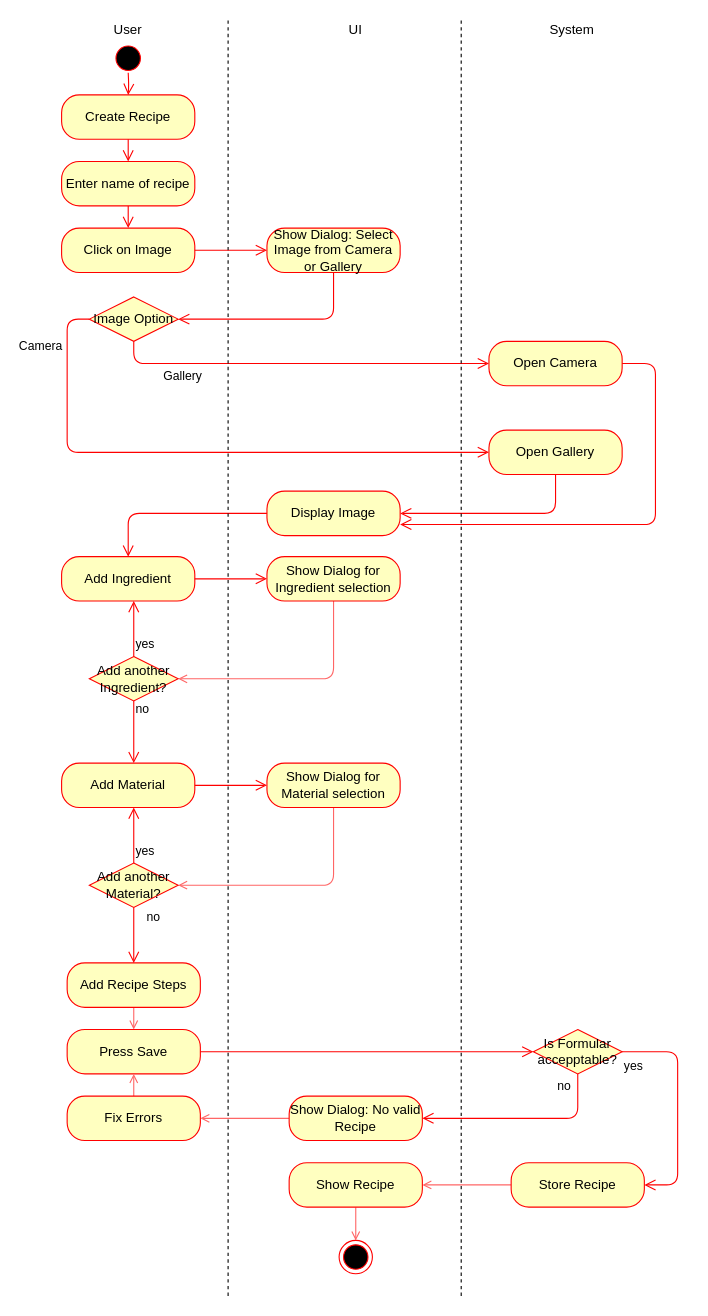
The draw.io diagram embedded-files/Untitled Diagram.drawio in JanPfenning/Mood4Food_Doc, before the edit. Source tidied: cells renumbered, new cells numbered last; positions are measured from the earlier drawing's top-left corner, leaving out a move shared by most shapes. Both pictures are drawn from the tidied source at 111%, with x=0, y=0 at pixel (61, 19).
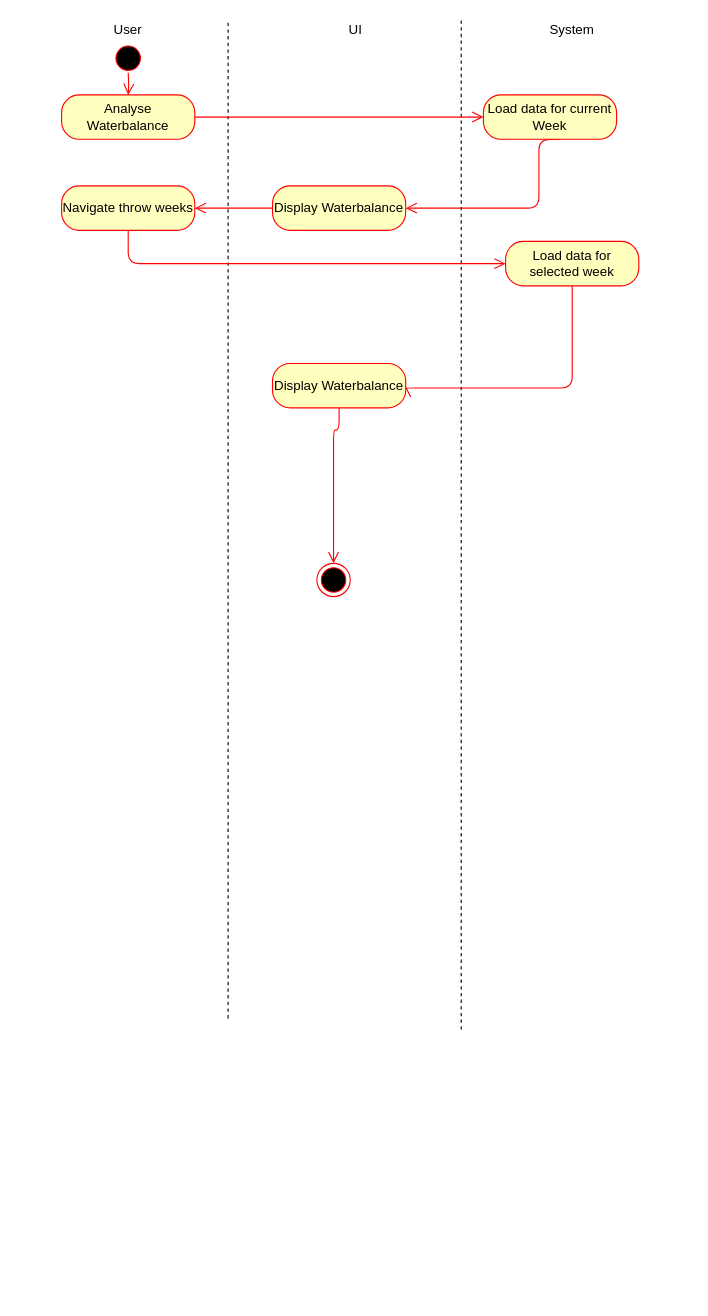
The same diagram, later.

The edit, as a diff of the source:
```diff
@@
-    <mxCell id="4" value="Create Recipe" style="rounded=1;whiteSpace=wrap;html=1;arcSize=40;fontColor=#000000;fillColor=#ffffc0;strokeColor=#ff0000;" parent="1" vertex="1">
+    <mxCell id="4" value="Analyse Waterbalance" style="rounded=1;whiteSpace=wrap;html=1;arcSize=40;fontColor=#000000;fillColor=#ffffc0;strokeColor=#ff0000;" parent="1" vertex="1">
       <mxGeometry y="68" width="120" height="40" as="geometry" />
     </mxCell>
-    <mxCell id="5" style="edgeStyle=orthogonalEdgeStyle;html=1;verticalAlign=bottom;endArrow=open;endSize=8;strokeColor=#ff0000;entryX=0.5;entryY=0;entryDx=0;entryDy=0;" parent="1" edge="1" source="4" target="6">
-      <mxGeometry relative="1" as="geometry" />
-    </mxCell>
-    <mxCell id="6" value="Enter name of recipe" style="rounded=1;whiteSpace=wrap;html=1;arcSize=40;fontColor=#000000;fillColor=#ffffc0;strokeColor=#ff0000;" parent="1" vertex="1">
-      <mxGeometry y="128" width="120" height="40" as="geometry" />
-    </mxCell>
-    <mxCell id="7" style="edgeStyle=orthogonalEdgeStyle;html=1;verticalAlign=bottom;endArrow=open;endSize=8;strokeColor=#ff0000;" parent="1" edge="1" source="6">
-      <mxGeometry relative="1" as="geometry">
-        <mxPoint x="60" y="188" as="targetPoint" />
-      </mxGeometry>
-    </mxCell>
-    <mxCell id="8" value="Click on Image" style="rounded=1;whiteSpace=wrap;html=1;arcSize=40;fontColor=#000000;fillColor=#ffffc0;strokeColor=#ff0000;" parent="1" vertex="1">
-      <mxGeometry y="188" width="120" height="40" as="geometry" />
-    </mxCell>
-    <mxCell id="9" style="edgeStyle=orthogonalEdgeStyle;html=1;verticalAlign=bottom;endArrow=open;endSize=8;strokeColor=#ff0000;" parent="1" edge="1" source="8">
-      <mxGeometry relative="1" as="geometry">
-        <mxPoint x="185" y="208" as="targetPoint" />
-      </mxGeometry>
-    </mxCell>
-    <mxCell id="10" value="Show Dialog: Select Image from Camera or Gallery" style="rounded=1;whiteSpace=wrap;html=1;arcSize=40;fontColor=#000000;fillColor=#ffffc0;strokeColor=#ff0000;" parent="1" vertex="1">
-      <mxGeometry x="185" y="188" width="120" height="40" as="geometry" />
+    <mxCell id="10" value="Display Waterbalance" style="rounded=1;whiteSpace=wrap;html=1;arcSize=40;fontColor=#000000;fillColor=#ffffc0;strokeColor=#ff0000;" parent="1" vertex="1">
+      <mxGeometry x="190" y="150" width="120" height="40" as="geometry" />
     </mxCell>
-    <mxCell id="11" style="edgeStyle=orthogonalEdgeStyle;html=1;verticalAlign=bottom;endArrow=open;endSize=8;strokeColor=#ff0000;entryX=1;entryY=0.5;entryDx=0;entryDy=0;" parent="1" edge="1" source="10" target="12">
-      <mxGeometry relative="1" as="geometry">
-        <Array as="points">
-          <mxPoint x="245" y="270" />
-        </Array>
-      </mxGeometry>
-    </mxCell>
-    <mxCell id="12" value="Image Option" style="rhombus;whiteSpace=wrap;html=1;fillColor=#ffffc0;strokeColor=#ff0000;" parent="1" vertex="1">
-      <mxGeometry x="25" y="250" width="80" height="40" as="geometry" />
-    </mxCell>
-    <mxCell id="13" value="Gallery" style="edgeStyle=orthogonalEdgeStyle;html=1;align=left;verticalAlign=bottom;endArrow=open;endSize=8;strokeColor=#ff0000;entryX=0;entryY=0.5;entryDx=0;entryDy=0;" parent="1" edge="1" source="12" target="15">
-      <mxGeometry x="-0.88" y="32" relative="1" as="geometry">
+    <mxCell id="13" value="&lt;br&gt;" style="edgeStyle=orthogonalEdgeStyle;html=1;align=left;verticalAlign=bottom;endArrow=open;endSize=8;strokeColor=#ff0000;entryX=1;entryY=0.5;entryDx=0;entryDy=0;exitX=0.569;exitY=1.004;exitDx=0;exitDy=0;exitPerimeter=0;" parent="1" edge="1" source="59" target="10">
+      <mxGeometry x="-0.2" y="72" relative="1" as="geometry">
         <Array as="points">
-          <mxPoint x="65" y="310" />
+          <mxPoint x="430" y="108" />
+          <mxPoint x="430" y="170" />
         </Array>
-        <mxPoint x="25" y="52" as="offset" />
+        <mxPoint x="40" y="-12" as="offset" />
       </mxGeometry>
     </mxCell>
-    <mxCell id="14" value="Camera" style="edgeStyle=orthogonalEdgeStyle;html=1;align=left;verticalAlign=top;endArrow=open;endSize=8;strokeColor=#ff0000;" parent="1" edge="1" source="12">
-      <mxGeometry x="-0.92" y="46" relative="1" as="geometry">
-        <mxPoint x="385" y="390" as="targetPoint" />
-        <Array as="points">
-          <mxPoint x="5" y="270" />
-          <mxPoint x="5" y="390" />
-        </Array>
-        <mxPoint x="-91" y="10" as="offset" />
-      </mxGeometry>
-    </mxCell>
-    <mxCell id="15" value="Open Camera" style="rounded=1;whiteSpace=wrap;html=1;arcSize=40;fontColor=#000000;fillColor=#ffffc0;strokeColor=#ff0000;" parent="1" vertex="1">
-      <mxGeometry x="385" y="290" width="120" height="40" as="geometry" />
+    <mxCell id="15" value="Load data for selected week" style="rounded=1;whiteSpace=wrap;html=1;arcSize=40;fontColor=#000000;fillColor=#ffffc0;strokeColor=#ff0000;" parent="1" vertex="1">
+      <mxGeometry x="400" y="200" width="120" height="40" as="geometry" />
     </mxCell>
-    <mxCell id="16" style="edgeStyle=orthogonalEdgeStyle;html=1;verticalAlign=bottom;endArrow=open;endSize=8;strokeColor=#ff0000;entryX=1;entryY=0.75;entryDx=0;entryDy=0;" parent="1" edge="1" source="15" target="19">
-      <mxGeometry relative="1" as="geometry">
-        <Array as="points">
-          <mxPoint x="535" y="310" />
-          <mxPoint x="535" y="455" />
-        </Array>
-      </mxGeometry>
-    </mxCell>
-    <mxCell id="17" value="Open Gallery" style="rounded=1;whiteSpace=wrap;html=1;arcSize=40;fontColor=#000000;fillColor=#ffffc0;strokeColor=#ff0000;" parent="1" vertex="1">
-      <mxGeometry x="385" y="370" width="120" height="40" as="geometry" />
-    </mxCell>
-    <mxCell id="18" style="edgeStyle=orthogonalEdgeStyle;html=1;verticalAlign=bottom;endArrow=open;endSize=8;strokeColor=#ff0000;entryX=1;entryY=0.5;entryDx=0;entryDy=0;" parent="1" edge="1" source="17" target="19">
-      <mxGeometry relative="1" as="geometry">
-        <Array as="points">
-          <mxPoint x="445" y="445" />
-        </Array>
-      </mxGeometry>
-    </mxCell>
-    <mxCell id="19" value="Display Image" style="rounded=1;whiteSpace=wrap;html=1;arcSize=40;fontColor=#000000;fillColor=#ffffc0;strokeColor=#ff0000;" parent="1" vertex="1">
-      <mxGeometry x="185" y="425" width="120" height="40" as="geometry" />
-    </mxCell>
-    <mxCell id="20" style="edgeStyle=orthogonalEdgeStyle;html=1;verticalAlign=bottom;endArrow=open;endSize=8;strokeColor=#ff0000;entryX=0.5;entryY=0;entryDx=0;entryDy=0;" parent="1" edge="1" source="19" target="21">
-      <mxGeometry relative="1" as="geometry">
-        <Array as="points">
-          <mxPoint x="60" y="445" />
-        </Array>
-      </mxGeometry>
-    </mxCell>
-    <mxCell id="21" value="Add Ingredient" style="rounded=1;whiteSpace=wrap;html=1;arcSize=40;fontColor=#000000;fillColor=#ffffc0;strokeColor=#ff0000;" parent="1" vertex="1">
-      <mxGeometry y="484" width="120" height="40" as="geometry" />
-    </mxCell>
-    <mxCell id="22" style="edgeStyle=orthogonalEdgeStyle;html=1;verticalAlign=bottom;endArrow=open;endSize=8;strokeColor=#ff0000;" parent="1" edge="1" source="21">
-      <mxGeometry relative="1" as="geometry">
-        <mxPoint x="185" y="504" as="targetPoint" />
-      </mxGeometry>
-    </mxCell>
-    <mxCell id="23" style="edgeStyle=orthogonalEdgeStyle;rounded=1;jettySize=auto;html=1;exitX=0.5;exitY=1;exitDx=0;exitDy=0;entryX=1;entryY=0.5;entryDx=0;entryDy=0;strokeColor=#FF6666;endArrow=open;endFill=0;" parent="1" edge="1" source="24" target="25">
-      <mxGeometry relative="1" as="geometry" />
-    </mxCell>
-    <mxCell id="24" value="Show Dialog for Ingredient selection" style="rounded=1;whiteSpace=wrap;html=1;arcSize=40;fontColor=#000000;fillColor=#ffffc0;strokeColor=#ff0000;" parent="1" vertex="1">
-      <mxGeometry x="185" y="484" width="120" height="40" as="geometry" />
-    </mxCell>
-    <mxCell id="25" value="Add another Ingredient?" style="rhombus;whiteSpace=wrap;html=1;fillColor=#ffffc0;strokeColor=#ff0000;" parent="1" vertex="1">
-      <mxGeometry x="25" y="574" width="80" height="40" as="geometry" />
-    </mxCell>
-    <mxCell id="26" value="no" style="edgeStyle=orthogonalEdgeStyle;html=1;align=left;verticalAlign=bottom;endArrow=open;endSize=8;strokeColor=#ff0000;" parent="1" edge="1" source="25">
-      <mxGeometry x="-0.43" relative="1" as="geometry">
-        <mxPoint x="65" y="670" as="targetPoint" />
-      </mxGeometry>
-    </mxCell>
-    <mxCell id="27" value="yes" style="edgeStyle=orthogonalEdgeStyle;html=1;align=left;verticalAlign=top;endArrow=open;endSize=8;strokeColor=#ff0000;" parent="1" edge="1" source="25">
-      <mxGeometry x="-0.04" relative="1" as="geometry">
-        <mxPoint x="65" y="524" as="targetPoint" />
-      </mxGeometry>
-    </mxCell>
-    <mxCell id="28" value="Add Material" style="rounded=1;whiteSpace=wrap;html=1;arcSize=40;fontColor=#000000;fillColor=#ffffc0;strokeColor=#ff0000;" parent="1" vertex="1">
-      <mxGeometry y="670" width="120" height="40" as="geometry" />
-    </mxCell>
-    <mxCell id="29" style="edgeStyle=orthogonalEdgeStyle;html=1;verticalAlign=bottom;endArrow=open;endSize=8;strokeColor=#ff0000;" parent="1" edge="1" source="28">
-      <mxGeometry relative="1" as="geometry">
-        <mxPoint x="185" y="690" as="targetPoint" />
-      </mxGeometry>
-    </mxCell>
-    <mxCell id="30" style="edgeStyle=orthogonalEdgeStyle;rounded=1;jettySize=auto;html=1;exitX=0.5;exitY=1;exitDx=0;exitDy=0;entryX=1;entryY=0.5;entryDx=0;entryDy=0;strokeColor=#FF6666;endArrow=open;endFill=0;" parent="1" edge="1" source="31" target="32">
-      <mxGeometry relative="1" as="geometry" />
-    </mxCell>
-    <mxCell id="31" value="Show Dialog for Material selection" style="rounded=1;whiteSpace=wrap;html=1;arcSize=40;fontColor=#000000;fillColor=#ffffc0;strokeColor=#ff0000;" parent="1" vertex="1">
-      <mxGeometry x="185" y="670" width="120" height="40" as="geometry" />
-    </mxCell>
-    <mxCell id="32" value="Add another Material?" style="rhombus;whiteSpace=wrap;html=1;fillColor=#ffffc0;strokeColor=#ff0000;" parent="1" vertex="1">
-      <mxGeometry x="25" y="760" width="80" height="40" as="geometry" />
-    </mxCell>
-    <mxCell id="33" value="no" style="edgeStyle=orthogonalEdgeStyle;html=1;align=left;verticalAlign=bottom;endArrow=open;endSize=8;strokeColor=#ff0000;entryX=0.5;entryY=0;entryDx=0;entryDy=0;" parent="1" edge="1" source="32" target="36">
-      <mxGeometry x="-0.29" y="10" relative="1" as="geometry" />
-    </mxCell>
-    <mxCell id="34" value="yes" style="edgeStyle=orthogonalEdgeStyle;html=1;align=left;verticalAlign=top;endArrow=open;endSize=8;strokeColor=#ff0000;" parent="1" edge="1" source="32">
-      <mxGeometry x="-0.04" relative="1" as="geometry">
-        <mxPoint x="65" y="710" as="targetPoint" />
-      </mxGeometry>
-    </mxCell>
-    <mxCell id="35" style="edgeStyle=orthogonalEdgeStyle;rounded=1;jettySize=auto;html=1;exitX=0.5;exitY=1;exitDx=0;exitDy=0;entryX=0.5;entryY=0;entryDx=0;entryDy=0;endArrow=open;endFill=0;strokeColor=#FF6666;" parent="1" edge="1" source="36" target="37">
-      <mxGeometry relative="1" as="geometry" />
-    </mxCell>
-    <mxCell id="36" value="Add Recipe Steps" style="rounded=1;whiteSpace=wrap;html=1;arcSize=40;fontColor=#000000;fillColor=#ffffc0;strokeColor=#ff0000;" parent="1" vertex="1">
-      <mxGeometry x="5" y="850" width="120" height="40" as="geometry" />
-    </mxCell>
-    <mxCell id="37" value="Press Save" style="rounded=1;whiteSpace=wrap;html=1;arcSize=40;fontColor=#000000;fillColor=#ffffc0;strokeColor=#ff0000;" parent="1" vertex="1">
-      <mxGeometry x="5" y="910" width="120" height="40" as="geometry" />
-    </mxCell>
-    <mxCell id="38" style="edgeStyle=orthogonalEdgeStyle;html=1;verticalAlign=bottom;endArrow=open;endSize=8;strokeColor=#ff0000;" parent="1" edge="1" source="37">
-      <mxGeometry relative="1" as="geometry">
-        <mxPoint x="425" y="930" as="targetPoint" />
-      </mxGeometry>
-    </mxCell>
-    <mxCell id="39" value="Is Formular accepptable?" style="rhombus;whiteSpace=wrap;html=1;fillColor=#ffffc0;strokeColor=#ff0000;" parent="1" vertex="1">
-      <mxGeometry x="425" y="910" width="80" height="40" as="geometry" />
-    </mxCell>
-    <mxCell id="40" value="no" style="edgeStyle=orthogonalEdgeStyle;html=1;align=left;verticalAlign=bottom;endArrow=open;endSize=8;strokeColor=#ff0000;entryX=1;entryY=0.5;entryDx=0;entryDy=0;" parent="1" edge="1" source="39" target="48">
-      <mxGeometry x="-0.33" y="-20" relative="1" as="geometry">
-        <Array as="points">
-          <mxPoint x="465" y="990" />
-        </Array>
-      </mxGeometry>
-    </mxCell>
-    <mxCell id="41" value="yes" style="edgeStyle=orthogonalEdgeStyle;html=1;align=left;verticalAlign=top;endArrow=open;endSize=8;strokeColor=#ff0000;entryX=1;entryY=0.5;entryDx=0;entryDy=0;" parent="1" edge="1" source="39" target="43">
-      <mxGeometry x="-1" relative="1" as="geometry">
-        <Array as="points">
-          <mxPoint x="555" y="930" />
-          <mxPoint x="555" y="1050" />
-        </Array>
-      </mxGeometry>
-    </mxCell>
-    <mxCell id="42" style="edgeStyle=orthogonalEdgeStyle;rounded=1;jettySize=auto;html=1;exitX=0;exitY=0.5;exitDx=0;exitDy=0;entryX=1;entryY=0.5;entryDx=0;entryDy=0;endArrow=open;endFill=0;strokeColor=#FF6666;" parent="1" edge="1" source="43" target="45">
-      <mxGeometry relative="1" as="geometry" />
-    </mxCell>
-    <mxCell id="43" value="Store Recipe" style="rounded=1;whiteSpace=wrap;html=1;arcSize=40;fontColor=#000000;fillColor=#ffffc0;strokeColor=#ff0000;" parent="1" vertex="1">
-      <mxGeometry x="405" y="1030" width="120" height="40" as="geometry" />
-    </mxCell>
-    <mxCell id="44" style="edgeStyle=orthogonalEdgeStyle;rounded=1;jettySize=auto;html=1;exitX=0.5;exitY=1;exitDx=0;exitDy=0;entryX=0.5;entryY=0;entryDx=0;entryDy=0;endArrow=open;endFill=0;strokeColor=#FF6666;" parent="1" edge="1" source="45" target="51">
-      <mxGeometry relative="1" as="geometry" />
-    </mxCell>
-    <mxCell id="45" value="Show Recipe" style="rounded=1;whiteSpace=wrap;html=1;arcSize=40;fontColor=#000000;fillColor=#ffffc0;strokeColor=#ff0000;" parent="1" vertex="1">
-      <mxGeometry x="205" y="1030" width="120" height="40" as="geometry" />
-    </mxCell>
@@
-    <mxCell id="47" style="edgeStyle=orthogonalEdgeStyle;rounded=1;jettySize=auto;html=1;endArrow=open;endFill=0;strokeColor=#FF6666;" parent="1" edge="1" source="48" target="50">
-      <mxGeometry relative="1" as="geometry" />
-    </mxCell>
-    <mxCell id="48" value="Show Dialog: No valid Recipe" style="rounded=1;whiteSpace=wrap;html=1;arcSize=40;fontColor=#000000;fillColor=#ffffc0;strokeColor=#ff0000;" parent="1" vertex="1">
-      <mxGeometry x="205" y="970" width="120" height="40" as="geometry" />
-    </mxCell>
-    <mxCell id="49" style="edgeStyle=orthogonalEdgeStyle;rounded=1;jettySize=auto;html=1;exitX=0.5;exitY=0;exitDx=0;exitDy=0;entryX=0.5;entryY=1;entryDx=0;entryDy=0;endArrow=open;endFill=0;strokeColor=#FF6666;" parent="1" edge="1" source="50" target="37">
-      <mxGeometry relative="1" as="geometry" />
-    </mxCell>
-    <mxCell id="50" value="Fix Errors" style="rounded=1;whiteSpace=wrap;html=1;arcSize=40;fontColor=#000000;fillColor=#ffffc0;strokeColor=#ff0000;" parent="1" vertex="1">
-      <mxGeometry x="5" y="970" width="120" height="40" as="geometry" />
-    </mxCell>
-    <mxCell id="51" style="ellipse;html=1;shape=endState;fillColor=#000000;strokeColor=#ff0000;" parent="1" vertex="1">
-      <mxGeometry x="250" y="1100" width="30" height="30" as="geometry" />
-    </mxCell>
     <mxCell id="52" style="endArrow=none;dashed=1;html=1;" parent="1" edge="1">
       <mxGeometry relative="1" as="geometry">
-        <mxPoint x="150" y="1150" as="sourcePoint" />
+        <mxPoint x="150" y="900" as="sourcePoint" />
         <mxPoint x="150" as="targetPoint" />
       </mxGeometry>
     </mxCell>
     <mxCell id="53" style="endArrow=none;dashed=1;html=1;" parent="1" edge="1">
       <mxGeometry relative="1" as="geometry">
-        <mxPoint x="360" y="1150" as="sourcePoint" />
+        <mxPoint x="360" y="910" as="sourcePoint" />
         <mxPoint x="360" as="targetPoint" />
       </mxGeometry>
     </mxCell>
@@
+    <mxCell id="57" style="edgeStyle=orthogonalEdgeStyle;html=1;verticalAlign=bottom;endArrow=open;endSize=8;strokeColor=#ff0000;exitX=1;exitY=0.5;exitDx=0;exitDy=0;entryX=0;entryY=0.5;entryDx=0;entryDy=0;" parent="1" edge="1" source="4" target="59">
+      <mxGeometry relative="1" as="geometry" />
+    </mxCell>
+    <mxCell id="58" style="edgeStyle=orthogonalEdgeStyle;html=1;align=left;verticalAlign=bottom;endArrow=open;endSize=8;strokeColor=#ff0000;exitX=0;exitY=0.5;exitDx=0;exitDy=0;entryX=1;entryY=0.5;entryDx=0;entryDy=0;" parent="1" edge="1" source="10" target="60">
+      <mxGeometry x="-0.88" y="32" relative="1" as="geometry">
+        <mxPoint x="25" y="52" as="offset" />
+      </mxGeometry>
+    </mxCell>
+    <mxCell id="59" value="Load data for current Week" style="rounded=1;whiteSpace=wrap;html=1;arcSize=40;fontColor=#000000;fillColor=#ffffc0;strokeColor=#ff0000;" parent="1" vertex="1">
+      <mxGeometry x="380" y="68" width="120" height="40" as="geometry" />
+    </mxCell>
+    <mxCell id="60" value="Navigate throw weeks" style="rounded=1;whiteSpace=wrap;html=1;arcSize=40;fontColor=#000000;fillColor=#ffffc0;strokeColor=#ff0000;" parent="1" vertex="1">
+      <mxGeometry y="150" width="120" height="40" as="geometry" />
+    </mxCell>
+    <mxCell id="61" style="edgeStyle=orthogonalEdgeStyle;html=1;verticalAlign=bottom;endArrow=open;endSize=8;strokeColor=#ff0000;exitX=0.5;exitY=1;exitDx=0;exitDy=0;" parent="1" edge="1" source="60">
+      <mxGeometry relative="1" as="geometry">
+        <mxPoint x="400" y="220" as="targetPoint" />
+        <Array as="points">
+          <mxPoint x="60" y="220" />
+          <mxPoint x="400" y="220" />
+        </Array>
+      </mxGeometry>
+    </mxCell>
+    <mxCell id="62" value="&lt;br&gt;" style="edgeStyle=orthogonalEdgeStyle;html=1;align=left;verticalAlign=bottom;endArrow=open;endSize=8;strokeColor=#ff0000;entryX=1;entryY=0.5;entryDx=0;entryDy=0;exitX=0.5;exitY=1;exitDx=0;exitDy=0;" parent="1" edge="1" source="15" target="63">
+      <mxGeometry x="-0.2" y="72" relative="1" as="geometry">
+        <Array as="points">
+          <mxPoint x="460" y="332" />
+          <mxPoint x="310" y="332" />
+        </Array>
+        <mxPoint x="40" y="-12" as="offset" />
+      </mxGeometry>
+    </mxCell>
+    <mxCell id="63" value="Display Waterbalance" style="rounded=1;whiteSpace=wrap;html=1;arcSize=40;fontColor=#000000;fillColor=#ffffc0;strokeColor=#ff0000;" parent="1" vertex="1">
+      <mxGeometry x="190" y="310" width="120" height="40" as="geometry" />
+    </mxCell>
+    <mxCell id="51" style="ellipse;html=1;shape=endState;fillColor=#000000;strokeColor=#ff0000;" parent="1" vertex="1">
+      <mxGeometry x="230" y="490" width="30" height="30" as="geometry" />
+    </mxCell>
+    <mxCell id="64" value="&lt;br&gt;" style="edgeStyle=orthogonalEdgeStyle;html=1;align=left;verticalAlign=bottom;endArrow=open;endSize=8;strokeColor=#ff0000;entryX=0.5;entryY=0;entryDx=0;entryDy=0;exitX=0.5;exitY=1;exitDx=0;exitDy=0;" parent="1" edge="1" source="63" target="51">
+      <mxGeometry x="-0.2" y="72" relative="1" as="geometry">
+        <Array as="points">
+          <mxPoint x="250" y="370" />
+          <mxPoint x="245" y="370" />
+        </Array>
+        <mxPoint x="40" y="-12" as="offset" />
+      </mxGeometry>
+    </mxCell>
```
